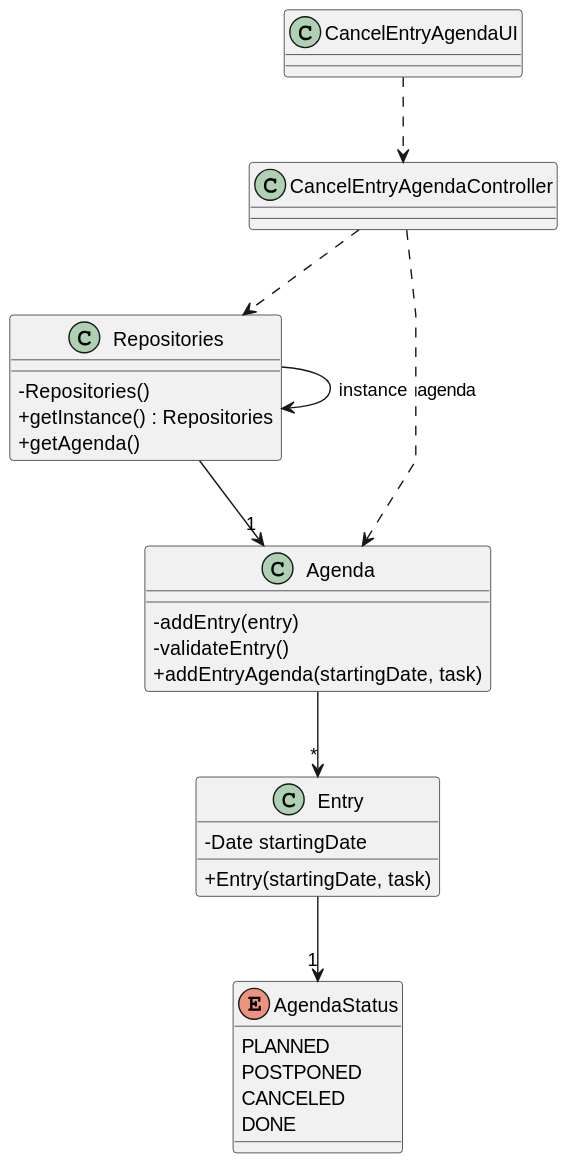
The PlantUML diagram docs/sprintA&B&C/us025/03.design/svg/us025-class-diagram.svg in daniel41silva05/ISEP_2023_2024_LAPR2, before a commit. The source it was exported from:
```plantuml
@startuml
skinparam packageStyle rectangle
skinparam shadowing false
skinparam linetype polyline


skinparam classAttributeIconSize 0

class CancelEntryAgendaUI{}

class CancelEntryAgendaController{
}

class Repositories{
    -Repositories()
    +getInstance() : Repositories
    +getAgenda()
}

class Agenda{
    -addEntry(entry)
    -validateEntry()
    +addEntryAgenda(startingDate, task)
}

class Entry{
    -Date startingDate
    +Entry(startingDate, task)
}

enum AgendaStatus {
    PLANNED
    POSTPONED
    CANCELED
    DONE
}

CancelEntryAgendaUI ..> CancelEntryAgendaController

CancelEntryAgendaController ..> Repositories

CancelEntryAgendaController ..> Agenda: agenda

Repositories --> Repositories: instance

Repositories --> "1" Agenda

Agenda --> "*" Entry

Entry --> "1" AgendaStatus
@enduml
```
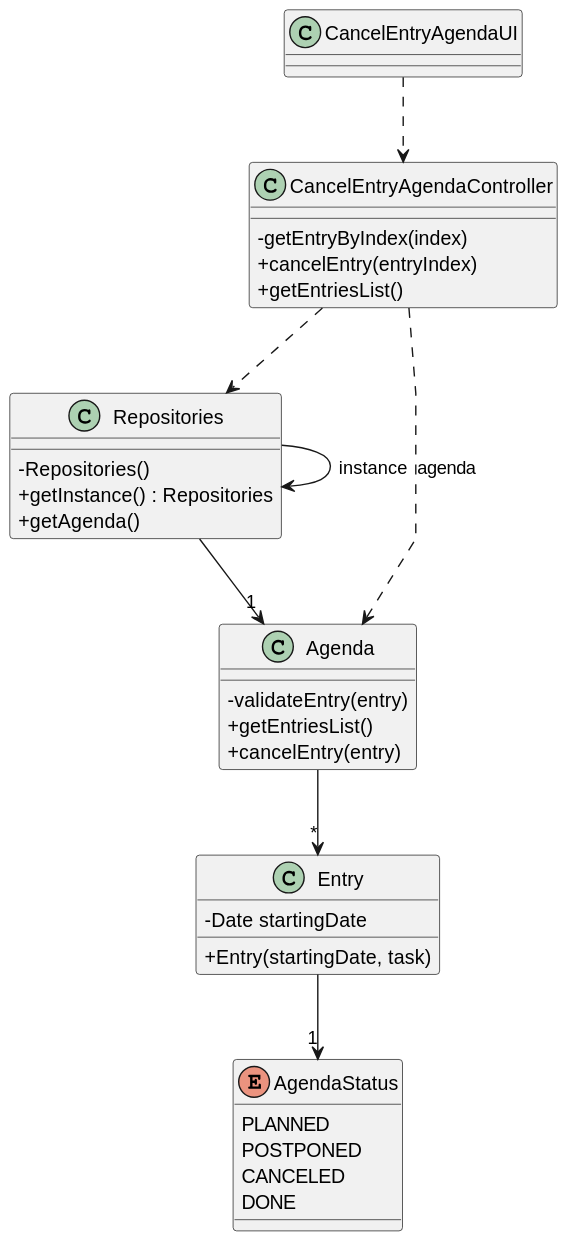
Later version of the same file.

Commit message:
US25 Class Diagram Correctionos

Change to the diagram source:
```diff
@@ -9,6 +9,10 @@
 class CancelEntryAgendaUI{}
 
 class CancelEntryAgendaController{
+    -getEntryByIndex(index)
+    +cancelEntry(entryIndex)
+    +getEntriesList()
+
 }
 
 class Repositories{
@@ -18,9 +22,9 @@
 }
 
 class Agenda{
-    -addEntry(entry)
-    -validateEntry()
-    +addEntryAgenda(startingDate, task)
+    -validateEntry(entry)
+    +getEntriesList()
+    +cancelEntry(entry)
 }
 
 class Entry{
```
